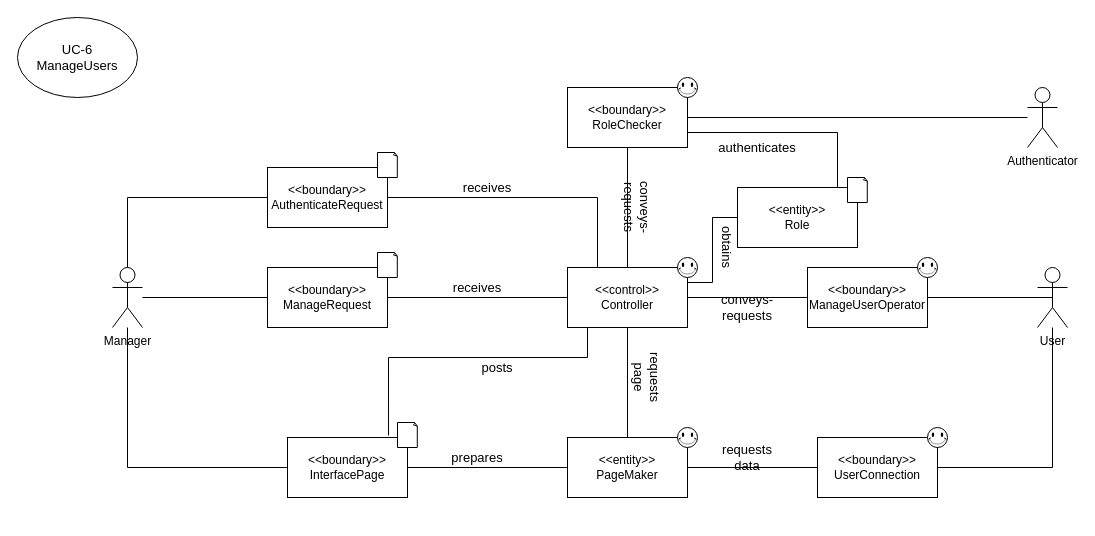
Above: docs/SubgroupB_management/domainmodel/d6 manageusers.drawio in cau-sw-engineering-2021/online-pizza-ordering-system (draw.io), before the change. Source tidied: cells renumbered, new cells numbered last; positions are measured from the earlier drawing's top-left corner, leaving out a move shared by most shapes. Both pictures are drawn from the tidied source at 100%, with x=0, y=0 at pixel (17, 17).
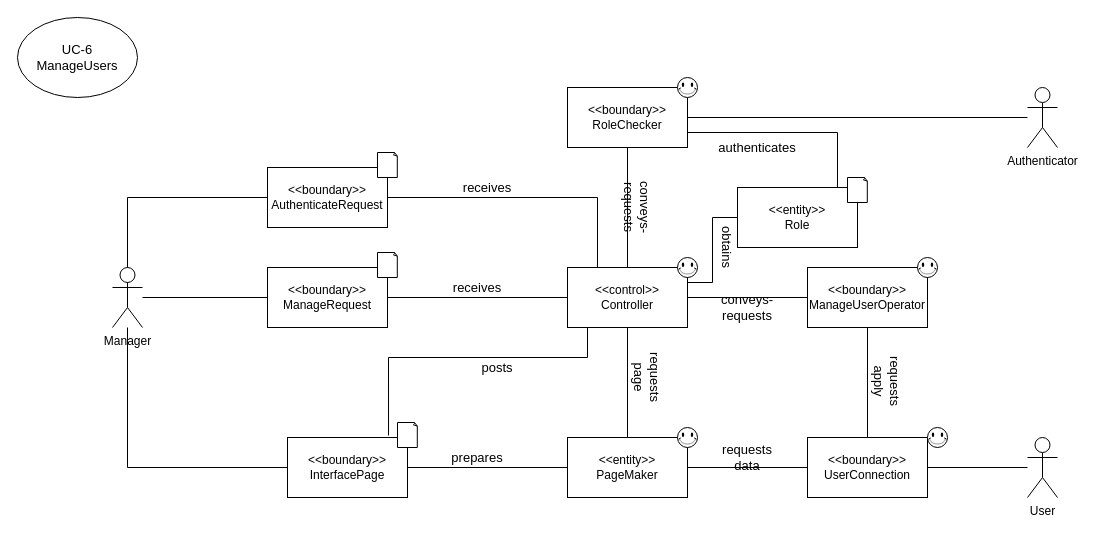
The same diagram, later.

The change refers to these unchanged cells:
```xml
<mxCell id="3" value="&amp;lt;&amp;lt;boundary&amp;gt;&amp;gt;&lt;br&gt;ManageUserOperator" style="rounded=0;whiteSpace=wrap;html=1;" parent="1" vertex="1">
  <mxGeometry x="790" y="250" width="120" height="60" as="geometry" />
</mxCell>
```

Change to the diagram source:
```diff
@@
-    <mxCell id="2" style="edgeStyle=orthogonalEdgeStyle;rounded=0;jettySize=auto;html=1;entryX=0.5;entryY=0.5;entryDx=0;entryDy=0;entryPerimeter=0;endArrow=none;endFill=0;" parent="1" edge="1" source="3" target="29">
-      <mxGeometry relative="1" as="geometry" />
-    </mxCell>
+    <mxCell id="50" style="edgeStyle=orthogonalEdgeStyle;rounded=0;jettySize=auto;html=1;exitX=0.5;exitY=1;exitDx=0;exitDy=0;endArrow=none;endFill=0;" parent="1" edge="1" source="3" target="7">
+      <mxGeometry relative="1" as="geometry" />
+    </mxCell>
@@
     <mxCell id="7" value="&amp;lt;&amp;lt;boundary&amp;gt;&amp;gt;&lt;br&gt;UserConnection" style="rounded=0;whiteSpace=wrap;html=1;" parent="1" vertex="1">
-      <mxGeometry x="800" y="420" width="120" height="60" as="geometry" />
+      <mxGeometry x="790" y="420" width="120" height="60" as="geometry" />
     </mxCell>
@@
     <mxCell id="29" value="User" style="shape=umlActor;verticalLabelPosition=bottom;verticalAlign=top;html=1;outlineConnect=0;" parent="1" vertex="1">
-      <mxGeometry x="1020" y="250" width="30" height="60" as="geometry" />
+      <mxGeometry x="1010" y="420" width="30" height="60" as="geometry" />
     </mxCell>
@@
+    <mxCell id="51" value="requests apply" style="text;html=1;strokeColor=none;fillColor=none;align=center;verticalAlign=middle;whiteSpace=wrap;rounded=0;fontSize=13;rotation=90;" parent="1" vertex="1">
+      <mxGeometry x="850" y="354" width="40" height="20" as="geometry" />
+    </mxCell>
```
